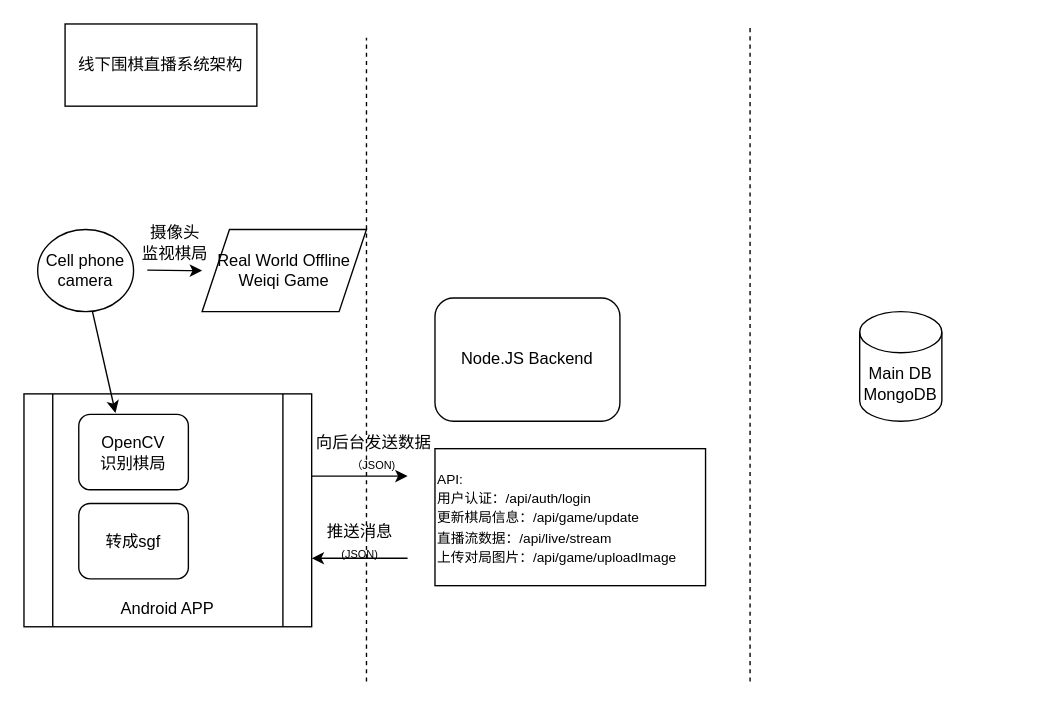
The draw.io diagram Diag/WeiqiZhibo.drawio in zgbl/gittest1, before the edit. Source tidied: cells renumbered, new cells numbered last; positions are measured from the earlier drawing's top-left corner, leaving out a move shared by most shapes. Both pictures are drawn from the tidied source at 137%, with x=0, y=0 at pixel (23, 23).
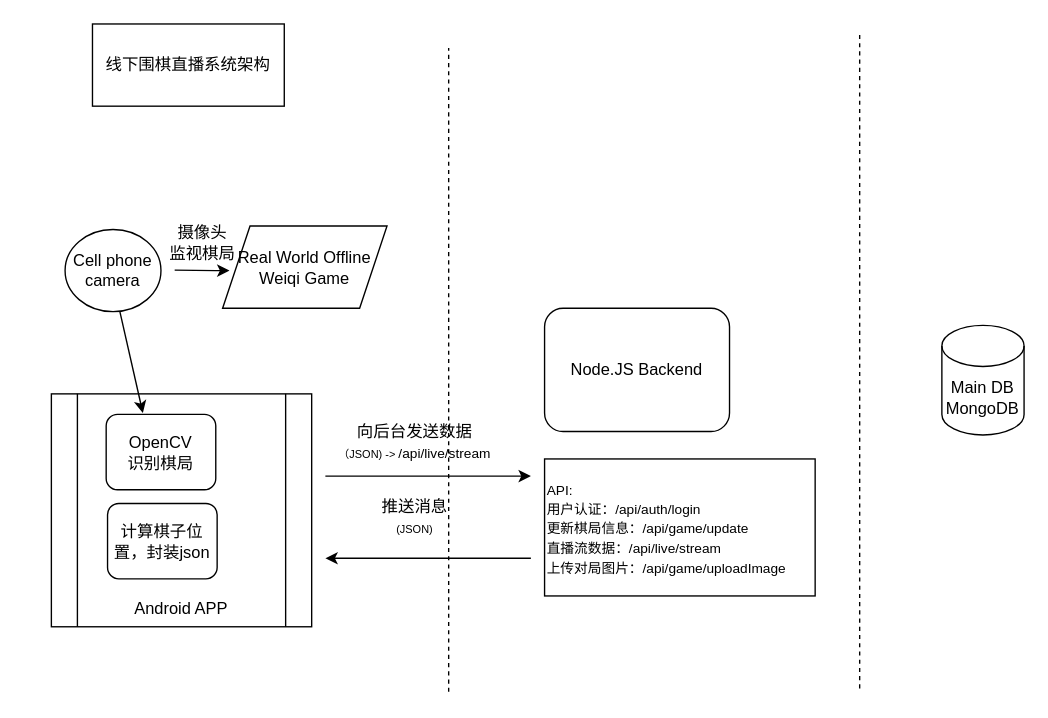
The same diagram, later.

Change to the diagram source:
```diff
@@
     <mxCell id="2" value="线下围棋直播系统架构" style="rounded=0;whiteSpace=wrap;html=1;" parent="1" vertex="1">
-      <mxGeometry x="30" width="140" height="60" as="geometry" />
+      <mxGeometry x="50" width="140" height="60" as="geometry" />
     </mxCell>
     <mxCell id="3" value="Main DB&lt;br&gt;&lt;div&gt;MongoDB&lt;/div&gt;" style="shape=cylinder3;whiteSpace=wrap;html=1;boundedLbl=1;backgroundOutline=1;size=15;" parent="1" vertex="1">
-      <mxGeometry x="610" y="210" width="60" height="80" as="geometry" />
+      <mxGeometry x="670" y="220" width="60" height="80" as="geometry" />
     </mxCell>
     <mxCell id="4" value="&lt;div style=&quot;text-align: justify;&quot;&gt;&lt;span style=&quot;background-color: transparent; color: light-dark(rgb(0, 0, 0), rgb(255, 255, 255));&quot;&gt;&lt;br&gt;&lt;/span&gt;&lt;/div&gt;&lt;div style=&quot;text-align: justify;&quot;&gt;&lt;span style=&quot;background-color: transparent; color: light-dark(rgb(0, 0, 0), rgb(255, 255, 255));&quot;&gt;&lt;br&gt;&lt;/span&gt;&lt;/div&gt;&lt;div style=&quot;text-align: justify;&quot;&gt;&lt;span style=&quot;background-color: transparent; color: light-dark(rgb(0, 0, 0), rgb(255, 255, 255));&quot;&gt;&lt;br&gt;&lt;/span&gt;&lt;/div&gt;&lt;div style=&quot;text-align: justify;&quot;&gt;&lt;span style=&quot;background-color: transparent; color: light-dark(rgb(0, 0, 0), rgb(255, 255, 255));&quot;&gt;&lt;br&gt;&lt;/span&gt;&lt;/div&gt;&lt;div style=&quot;text-align: justify;&quot;&gt;&lt;span style=&quot;background-color: transparent; color: light-dark(rgb(0, 0, 0), rgb(255, 255, 255));&quot;&gt;&lt;br&gt;&lt;/span&gt;&lt;/div&gt;&lt;div style=&quot;text-align: justify;&quot;&gt;&lt;span style=&quot;background-color: transparent; color: light-dark(rgb(0, 0, 0), rgb(255, 255, 255));&quot;&gt;&lt;br&gt;&lt;/span&gt;&lt;/div&gt;&lt;div style=&quot;text-align: justify;&quot;&gt;&lt;span style=&quot;background-color: transparent; color: light-dark(rgb(0, 0, 0), rgb(255, 255, 255));&quot;&gt;&lt;br&gt;&lt;/span&gt;&lt;/div&gt;&lt;div style=&quot;text-align: justify;&quot;&gt;&lt;span style=&quot;background-color: transparent; color: light-dark(rgb(0, 0, 0), rgb(255, 255, 255));&quot;&gt;&lt;br&gt;&lt;/span&gt;&lt;/div&gt;&lt;div style=&quot;text-align: justify;&quot;&gt;&lt;span style=&quot;background-color: transparent; color: light-dark(rgb(0, 0, 0), rgb(255, 255, 255));&quot;&gt;&lt;br&gt;&lt;/span&gt;&lt;/div&gt;&lt;div style=&quot;text-align: justify;&quot;&gt;&lt;span style=&quot;background-color: transparent; color: light-dark(rgb(0, 0, 0), rgb(255, 255, 255));&quot;&gt;&lt;br&gt;&lt;/span&gt;&lt;/div&gt;&lt;div style=&quot;text-align: justify;&quot;&gt;&lt;span style=&quot;background-color: transparent; color: light-dark(rgb(0, 0, 0), rgb(255, 255, 255));&quot;&gt;Android APP&lt;/span&gt;&lt;/div&gt;" style="shape=process;whiteSpace=wrap;html=1;backgroundOutline=1;align=center;" parent="1" vertex="1">
-      <mxGeometry y="270" width="210" height="170" as="geometry" />
+      <mxGeometry x="20" y="270" width="190" height="170" as="geometry" />
     </mxCell>
     <mxCell id="5" value="Real World Offline Weiqi Game" style="shape=parallelogram;perimeter=parallelogramPerimeter;whiteSpace=wrap;html=1;fixedSize=1;" parent="1" vertex="1">
-      <mxGeometry x="130" y="150" width="120" height="60" as="geometry" />
+      <mxGeometry x="145" y="147.5" width="120" height="60" as="geometry" />
     </mxCell>
     <mxCell id="6" value="Cell phone camera" style="ellipse;whiteSpace=wrap;html=1;" parent="1" vertex="1">
-      <mxGeometry x="10" y="150" width="70" height="60" as="geometry" />
+      <mxGeometry x="30" y="150" width="70" height="60" as="geometry" />
     </mxCell>
     <mxCell id="7" style="endArrow=none;dashed=1;html=1;rounded=0;" parent="1" edge="1">
       <mxGeometry relative="1" as="geometry">
-        <mxPoint x="250" y="480" as="sourcePoint" />
-        <mxPoint x="250" y="10" as="targetPoint" />
+        <mxPoint x="310" y="487.5" as="sourcePoint" />
+        <mxPoint x="310" y="17.5" as="targetPoint" />
       </mxGeometry>
     </mxCell>
     <mxCell id="8" style="endArrow=none;dashed=1;html=1;rounded=0;" parent="1" edge="1">
       <mxGeometry relative="1" as="geometry">
-        <mxPoint x="530" y="480" as="sourcePoint" />
-        <mxPoint x="530" as="targetPoint" />
+        <mxPoint x="610" y="485" as="sourcePoint" />
+        <mxPoint x="610" y="5" as="targetPoint" />
       </mxGeometry>
     </mxCell>
     <mxCell id="9" value="Node.JS Backend" style="rounded=1;whiteSpace=wrap;html=1;" parent="1" vertex="1">
-      <mxGeometry x="300" y="200" width="135" height="90" as="geometry" />
+      <mxGeometry x="380" y="207.5" width="135" height="90" as="geometry" />
     </mxCell>
     <mxCell id="10" value="&lt;font style=&quot;font-size: 10px;&quot;&gt;API:&lt;br&gt;用户认证：/api/auth/login&lt;/font&gt;&lt;div&gt;&lt;span style=&quot;font-size: 10px;&quot;&gt;更新棋局信息：/api/game/update&lt;/span&gt;&lt;/div&gt;&lt;div&gt;&lt;span style=&quot;font-size: 10px;&quot;&gt;直播流数据：/api/live/stream&lt;/span&gt;&lt;/div&gt;&lt;div&gt;&lt;span style=&quot;font-size: 10px;&quot;&gt;上传对局图片：/api/game/uploadImage&lt;/span&gt;&lt;/div&gt;" style="rounded=0;whiteSpace=wrap;html=1;align=left;" parent="1" vertex="1">
-      <mxGeometry x="300" y="310" width="197.5" height="100" as="geometry" />
+      <mxGeometry x="380" y="317.5" width="197.5" height="100" as="geometry" />
     </mxCell>
     <mxCell id="11" style="endArrow=classic;html=1;rounded=0;" parent="1" edge="1">
       <mxGeometry relative="1" as="geometry">
-        <mxPoint x="210" y="330" as="sourcePoint" />
-        <mxPoint x="280" y="330" as="targetPoint" />
+        <mxPoint x="220" y="330" as="sourcePoint" />
+        <mxPoint x="370" y="330" as="targetPoint" />
       </mxGeometry>
     </mxCell>
-    <mxCell id="12" value="向后台发送数据&lt;div&gt;&lt;font style=&quot;font-size: 8px;&quot;&gt;（JSON)&lt;/font&gt;&lt;/div&gt;" style="text;html=1;align=center;verticalAlign=middle;strokeColor=none;fillColor=none;" parent="1" vertex="1">
-      <mxGeometry x="200" y="292.5" width="110" height="40" as="geometry" />
+    <mxCell id="12" value="向后台发送数据&lt;div&gt;&lt;font style=&quot;font-size: 8px;&quot;&gt;（JSON) -&amp;gt;&amp;nbsp;&lt;/font&gt;&lt;span style=&quot;font-size: 10px; text-align: left; text-wrap-mode: wrap; background-color: transparent; color: light-dark(rgb(0, 0, 0), rgb(255, 255, 255));&quot;&gt;/api/live/stream&lt;/span&gt;&lt;/div&gt;" style="text;html=1;align=center;verticalAlign=middle;strokeColor=none;fillColor=none;" parent="1" vertex="1">
+      <mxGeometry x="220" y="285" width="130" height="40" as="geometry" />
     </mxCell>
     <mxCell id="13" style="endArrow=classic;html=1;rounded=0;" parent="1" edge="1">
       <mxGeometry relative="1" as="geometry">
-        <mxPoint x="280" y="390" as="sourcePoint" />
-        <mxPoint x="210" y="390" as="targetPoint" />
+        <mxPoint x="370" y="390" as="sourcePoint" />
+        <mxPoint x="220" y="390" as="targetPoint" />
       </mxGeometry>
     </mxCell>
     <mxCell id="14" value="推送消息&lt;div&gt;&lt;font style=&quot;font-size: 8px;&quot;&gt;(JSON)&lt;/font&gt;&lt;/div&gt;" style="text;html=1;align=center;verticalAlign=middle;strokeColor=none;fillColor=none;" parent="1" vertex="1">
-      <mxGeometry x="210" y="357.5" width="70" height="40" as="geometry" />
+      <mxGeometry x="250" y="340" width="70" height="40" as="geometry" />
     </mxCell>
     <mxCell id="15" style="endArrow=classic;html=1;rounded=0;" parent="1" edge="1">
       <mxGeometry relative="1" as="geometry">
-        <mxPoint x="90" y="179.7" as="sourcePoint" />
-        <mxPoint x="130" y="180" as="targetPoint" />
+        <mxPoint x="110" y="179.7" as="sourcePoint" />
+        <mxPoint x="150" y="180" as="targetPoint" />
         <Array as="points">
-          <mxPoint x="120" y="180" />
+          <mxPoint x="140" y="180" />
         </Array>
       </mxGeometry>
     </mxCell>
     <mxCell id="16" value="摄像头&lt;div&gt;监视棋局&lt;/div&gt;" style="text;html=1;align=center;verticalAlign=middle;strokeColor=none;fillColor=none;" parent="1" vertex="1">
-      <mxGeometry x="75" y="140" width="70" height="40" as="geometry" />
+      <mxGeometry x="95" y="140" width="70" height="40" as="geometry" />
     </mxCell>
     <mxCell id="17" value="OpenCV&lt;div&gt;识别棋局&lt;/div&gt;" style="rounded=1;whiteSpace=wrap;html=1;" parent="1" vertex="1">
-      <mxGeometry x="40" y="285" width="80" height="55" as="geometry" />
+      <mxGeometry x="60" y="285" width="80" height="55" as="geometry" />
     </mxCell>
     <mxCell id="18" style="endArrow=classic;html=1;rounded=0;entryX=0.335;entryY=-0.019;entryDx=0;entryDy=0;entryPerimeter=0;" parent="1" edge="1" target="17">
       <mxGeometry relative="1" as="geometry">
-        <mxPoint x="50" y="210" as="sourcePoint" />
+        <mxPoint x="70" y="210" as="sourcePoint" />
       </mxGeometry>
     </mxCell>
-    <mxCell id="19" value="转成sgf" style="rounded=1;whiteSpace=wrap;html=1;" parent="1" vertex="1">
-      <mxGeometry x="40" y="350" width="80" height="55" as="geometry" />
+    <mxCell id="19" value="计算棋子位置，封装json" style="rounded=1;whiteSpace=wrap;html=1;" parent="1" vertex="1">
+      <mxGeometry x="61" y="350" width="80" height="55" as="geometry" />
     </mxCell>
```
